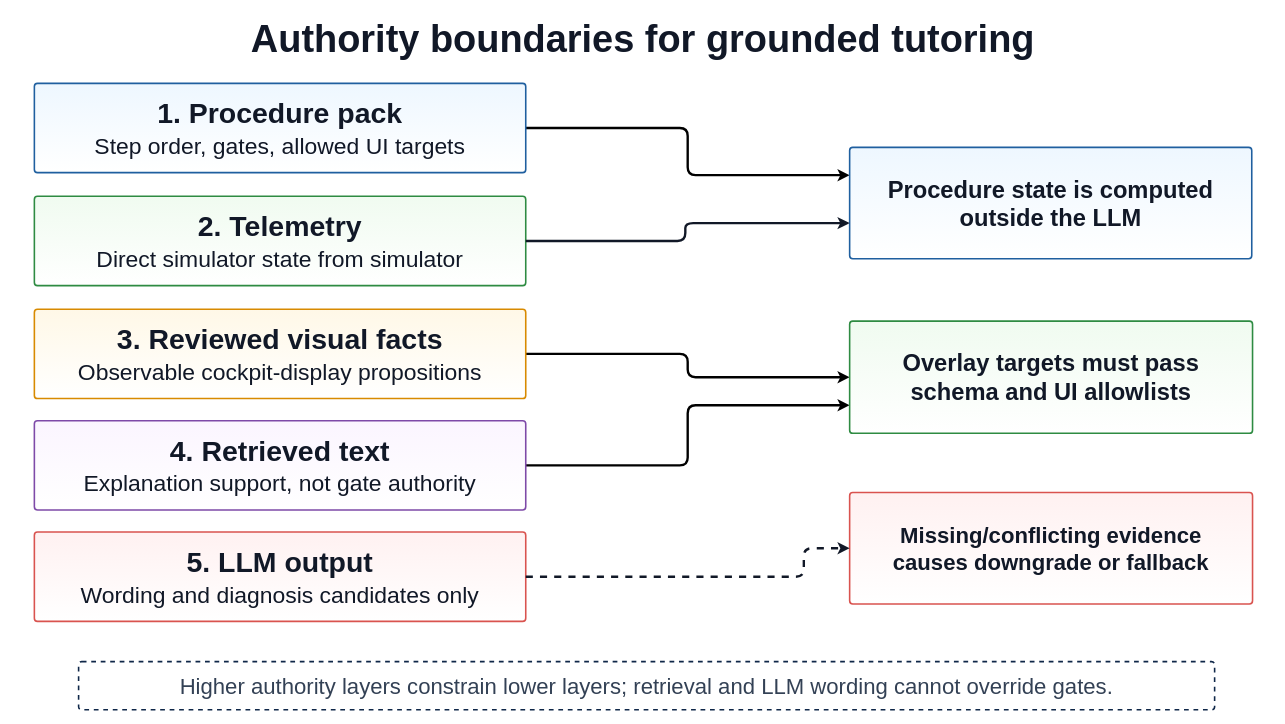
This is page "fig_evidence_authority" (2 of 10) of paper_zh/figures/drawio/cropped_replicas_all.drawio from ZombiesYard/IEFMMQ, a draw.io file, before an edit. Source tidied: cells renumbered, new cells numbered last; positions are measured from the earlier drawing's top-left corner, leaving out a move shared by most shapes. Both pictures are drawn from the tidied source at 79%, with x=0, y=0 at pixel (13, 13).
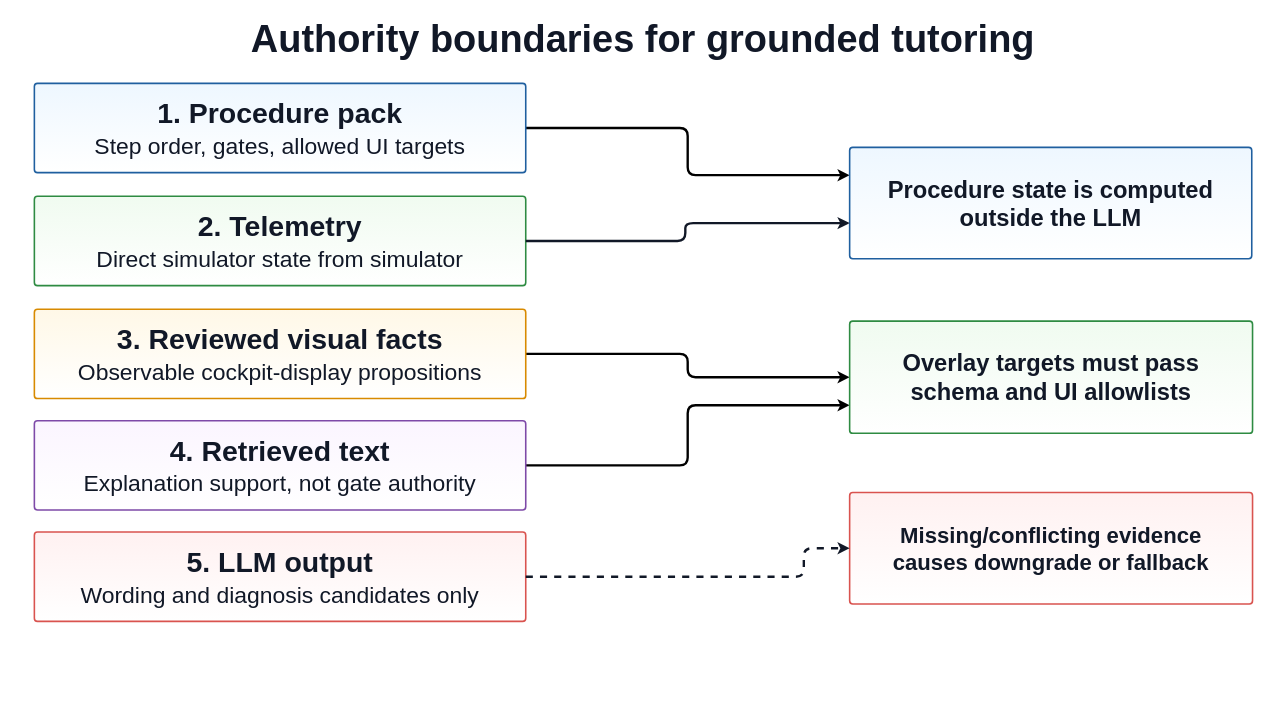
Above is the later version.

The edit, as a diff of the source:
```diff
@@
-    <mxCell id="16" style="rounded=1;whiteSpace=wrap;html=1;fontFamily=Helvetica;fontSize=28;fontStyle=0;fontColor=#111827;align=center;verticalAlign=middle;spacing=8;arcSize=8;absoluteArcSize=1;fillColor=#ffffff;gradientColor=none;gradientDirection=south;strokeColor=#0f2748;strokeWidth=2;dashed=1;shadow=0;" parent="1" vertex="1">
-      <mxGeometry x="82" y="820" width="1438" height="61" as="geometry" />
-    </mxCell>
-    <mxCell id="17" value="Higher authority layers constrain lower layers; retrieval and LLM wording cannot override gates." style="text;html=1;strokeColor=none;fillColor=none;whiteSpace=wrap;fontFamily=Helvetica;fontSize=28;fontStyle=0;fontColor=#334155;align=center;verticalAlign=middle;spacing=2;" parent="1" vertex="1">
-      <mxGeometry x="94" y="824" width="1414" height="53" as="geometry" />
-    </mxCell>
```
